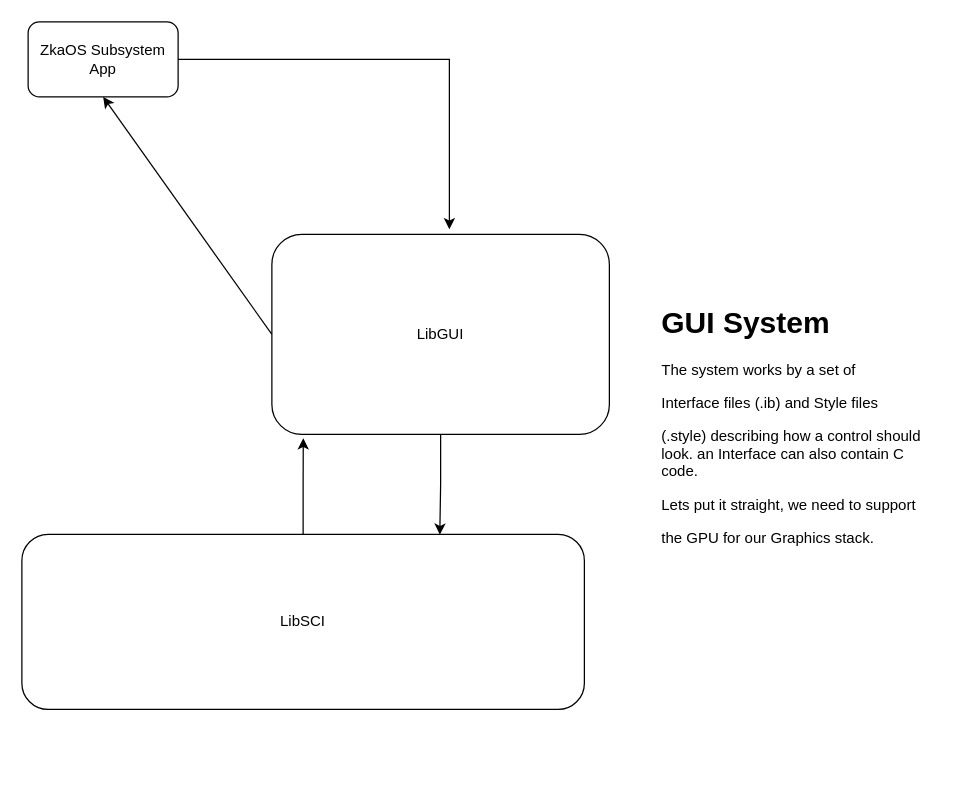
Above: doc/GUI_DESIGN.drawio in nekernel-org/nekernel (draw.io), before the change. Source tidied: cells renumbered, new cells numbered last; positions are measured from the earlier drawing's top-left corner, leaving out a move shared by most shapes. Both pictures are drawn from the tidied source at 125%, with x=0, y=0 at pixel (21, 21).
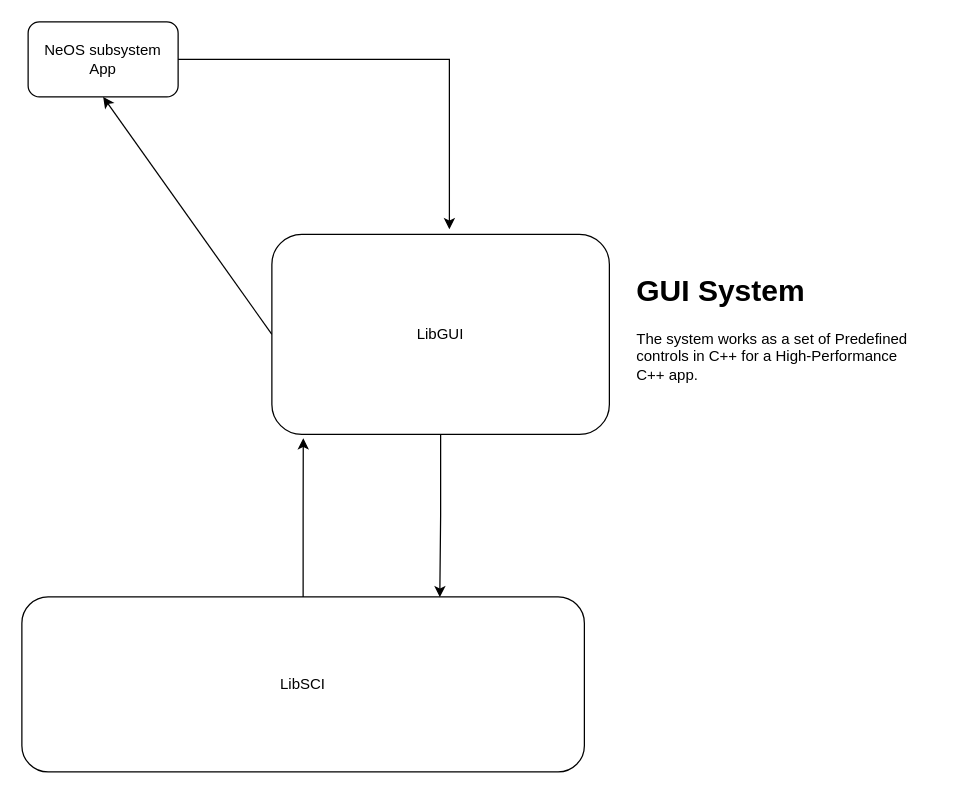
The same diagram, later.

Diff of the diagram source:
```diff
@@
 <mxGraphModel>
   <root>
     <mxCell id="0" />
     <mxCell id="1" parent="0" />
     <mxCell id="2" value="LibSCI" style="rounded=1;whiteSpace=wrap;html=1;" parent="1" vertex="1">
-      <mxGeometry y="410" width="450" height="140" as="geometry" />
+      <mxGeometry y="460" width="450" height="140" as="geometry" />
     </mxCell>
     <mxCell id="3" style="edgeStyle=none;html=1;exitX=0;exitY=0.5;exitDx=0;exitDy=0;entryX=0.5;entryY=1;entryDx=0;entryDy=0;" parent="1" edge="1" source="4" target="7">
       <mxGeometry relative="1" as="geometry" />
     </mxCell>
     <mxCell id="4" value="LibGUI" style="rounded=1;whiteSpace=wrap;html=1;" parent="1" vertex="1">
       <mxGeometry x="200" y="170" width="270" height="160" as="geometry" />
     </mxCell>
     <mxCell id="5" style="edgeStyle=orthogonalEdgeStyle;rounded=0;jettySize=auto;html=1;entryX=0.093;entryY=1.019;entryDx=0;entryDy=0;entryPerimeter=0;" parent="1" edge="1" source="2" target="4">
       <mxGeometry relative="1" as="geometry" />
     </mxCell>
-    <mxCell id="6" value="&lt;h1 style=&quot;margin-top: 0px;&quot;&gt;GUI System&lt;span style=&quot;white-space: pre;&quot;&gt;&#9;&lt;/span&gt;&lt;/h1&gt;&lt;p&gt;The system works by a set of&lt;/p&gt;&lt;p&gt;Interface files (.ib) and Style files&lt;/p&gt;&lt;p&gt;(.style) describing how a control should look. an Interface can also contain C code.&lt;/p&gt;&lt;p&gt;Lets put it straight, we need to support&lt;/p&gt;&lt;p&gt;the GPU for our Graphics stack.&lt;/p&gt;" style="text;html=1;whiteSpace=wrap;overflow=hidden;rounded=0;" parent="1" vertex="1">
-      <mxGeometry x="510" y="220" width="220" height="220" as="geometry" />
+    <mxCell id="6" value="&lt;h1 style=&quot;margin-top: 0px;&quot;&gt;GUI System&lt;span style=&quot;white-space: pre;&quot;&gt;&#9;&lt;/span&gt;&lt;/h1&gt;&lt;p&gt;The system works as a set of Predefined controls in C++ for a High-Performance C++ app.&lt;/p&gt;" style="text;html=1;whiteSpace=wrap;overflow=hidden;rounded=0;" parent="1" vertex="1">
+      <mxGeometry x="490" y="195" width="220" height="110" as="geometry" />
     </mxCell>
-    <mxCell id="7" value="ZkaOS Subsystem&lt;div&gt;App&lt;/div&gt;" style="rounded=1;whiteSpace=wrap;html=1;" parent="1" vertex="1">
+    <mxCell id="7" value="NeOS subsystem&lt;div&gt;App&lt;/div&gt;" style="rounded=1;whiteSpace=wrap;html=1;" parent="1" vertex="1">
       <mxGeometry x="5" width="120" height="60" as="geometry" />
     </mxCell>
     <mxCell id="8" style="edgeStyle=orthogonalEdgeStyle;rounded=0;jettySize=auto;html=1;entryX=0.526;entryY=-0.025;entryDx=0;entryDy=0;entryPerimeter=0;" parent="1" edge="1" source="7" target="4">
       <mxGeometry relative="1" as="geometry" />
     </mxCell>
     <mxCell id="9" style="edgeStyle=orthogonalEdgeStyle;rounded=0;jettySize=auto;html=1;exitX=0.5;exitY=1;exitDx=0;exitDy=0;entryX=0.743;entryY=0.002;entryDx=0;entryDy=0;entryPerimeter=0;" parent="1" edge="1" source="4" target="2">
       <mxGeometry relative="1" as="geometry" />
     </mxCell>
   </root>
 </mxGraphModel>
```
